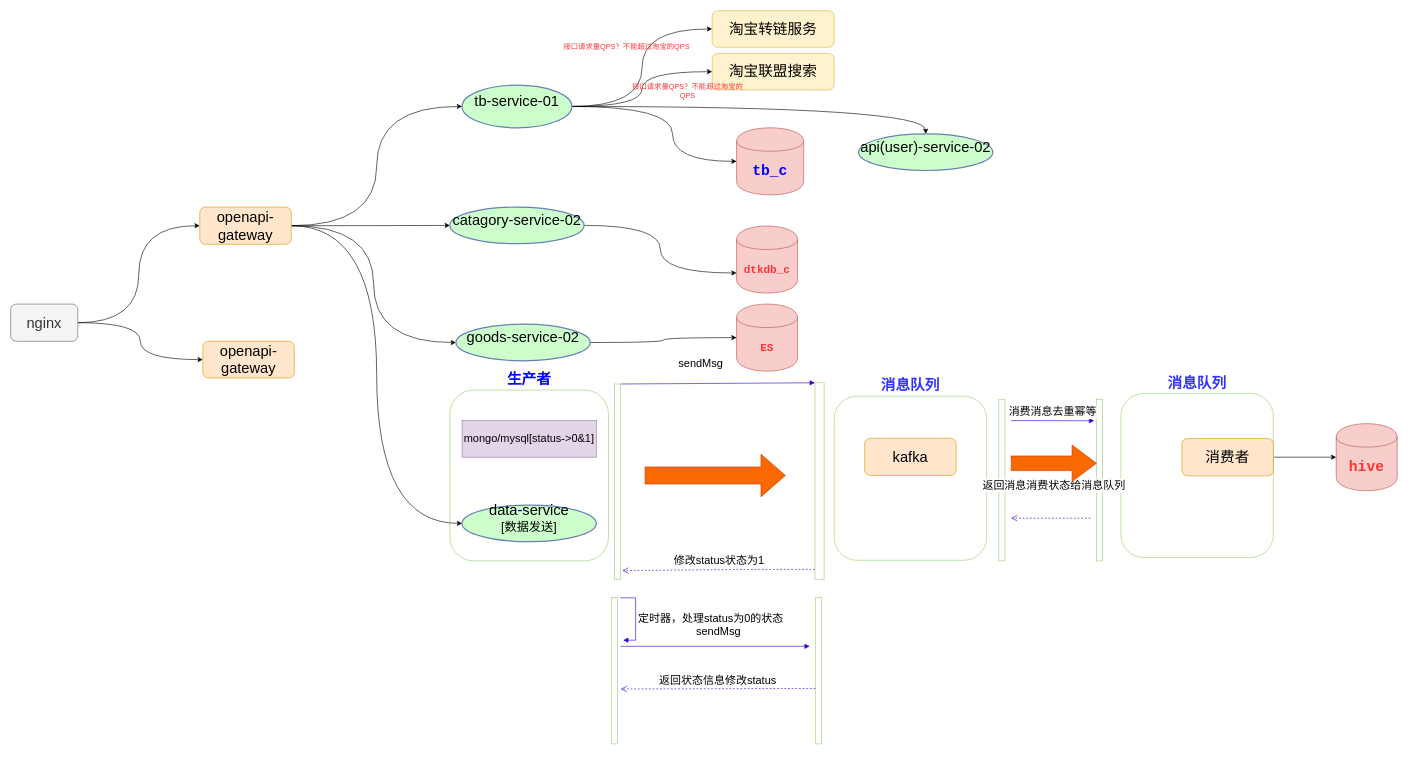
Earlier version of the draw.io diagram 开放平台服务依赖.drawio (sevenDay2014/dtk). Source tidied: cells renumbered, new cells numbered last; positions are measured from the earlier drawing's top-left corner, leaving out a move shared by most shapes. Both pictures are drawn from the tidied source at 61%, with x=0, y=0 at pixel (10, 10).
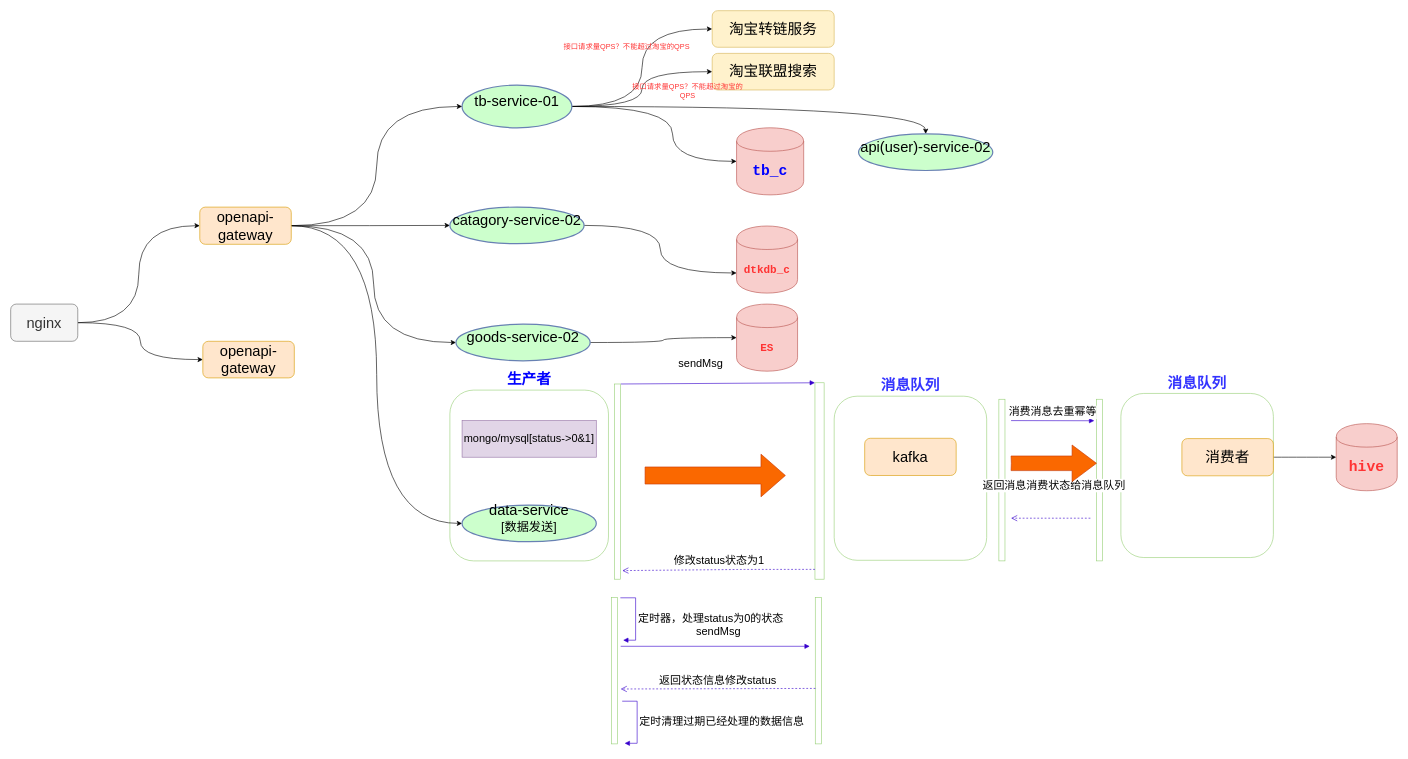
After the change.

Commit message:
v1.0.0-feature:进行定时器的发送数据信息

The edit, as a diff of the source:
```diff
@@
+    <mxCell id="52" value="&lt;span style=&quot;font-size: 18px&quot;&gt;定时清理过期已经处理的数据信息&lt;/span&gt;" style="edgeStyle=orthogonalEdgeStyle;html=1;align=left;spacingLeft=2;endArrow=block;rounded=0;fillColor=#6a00ff;strokeColor=#3700CC;" parent="1" edge="1">
+      <mxGeometry relative="1" as="geometry">
+        <mxPoint x="1002.5" y="1132" as="sourcePoint" />
+        <mxPoint x="1006.5" y="1201" as="targetPoint" />
+        <Array as="points">
+          <mxPoint x="1027" y="1131.5" />
+        </Array>
+      </mxGeometry>
+    </mxCell>
```
